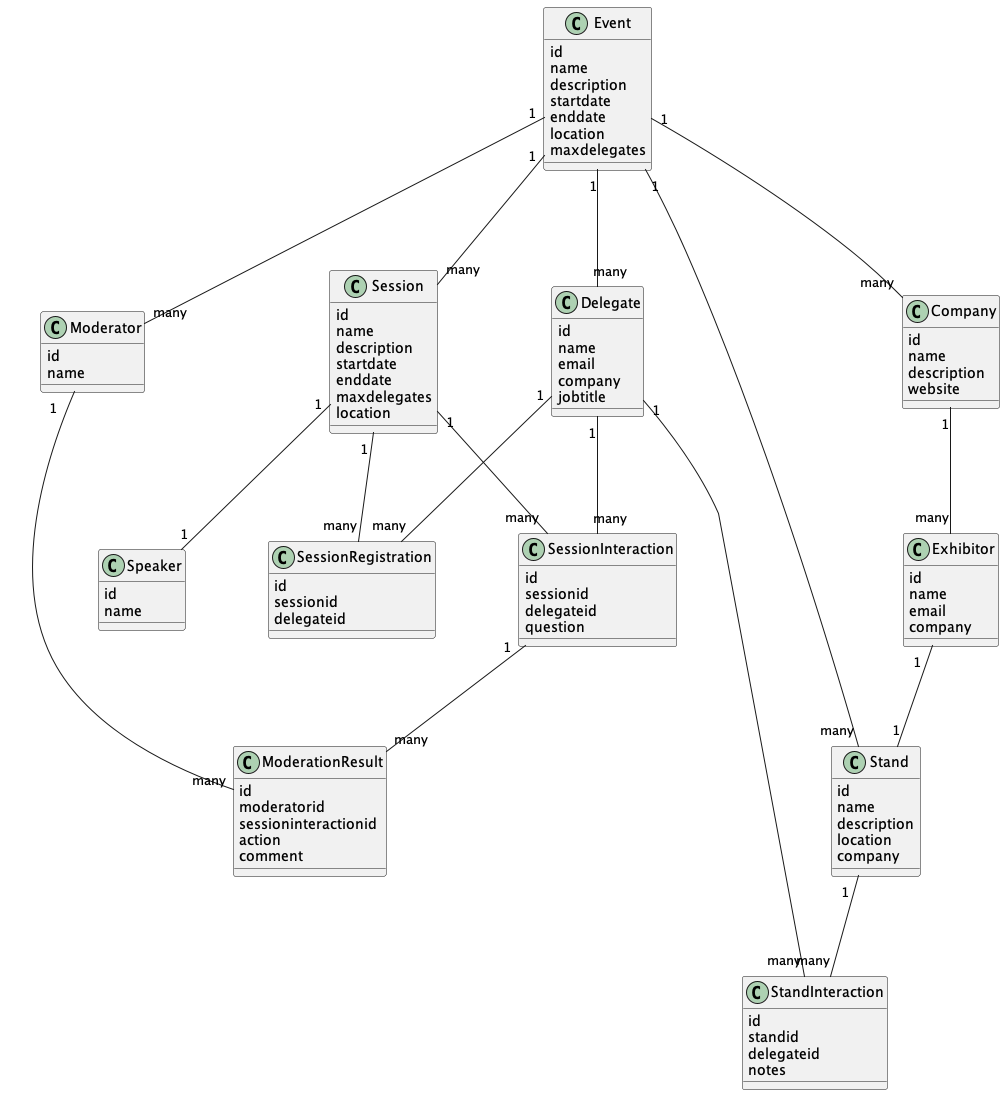
Earlier version of the PlantUML export out/bmi2-uml/BookMeIn2.png (CSC-40084-Group-7/BMI2-UML).
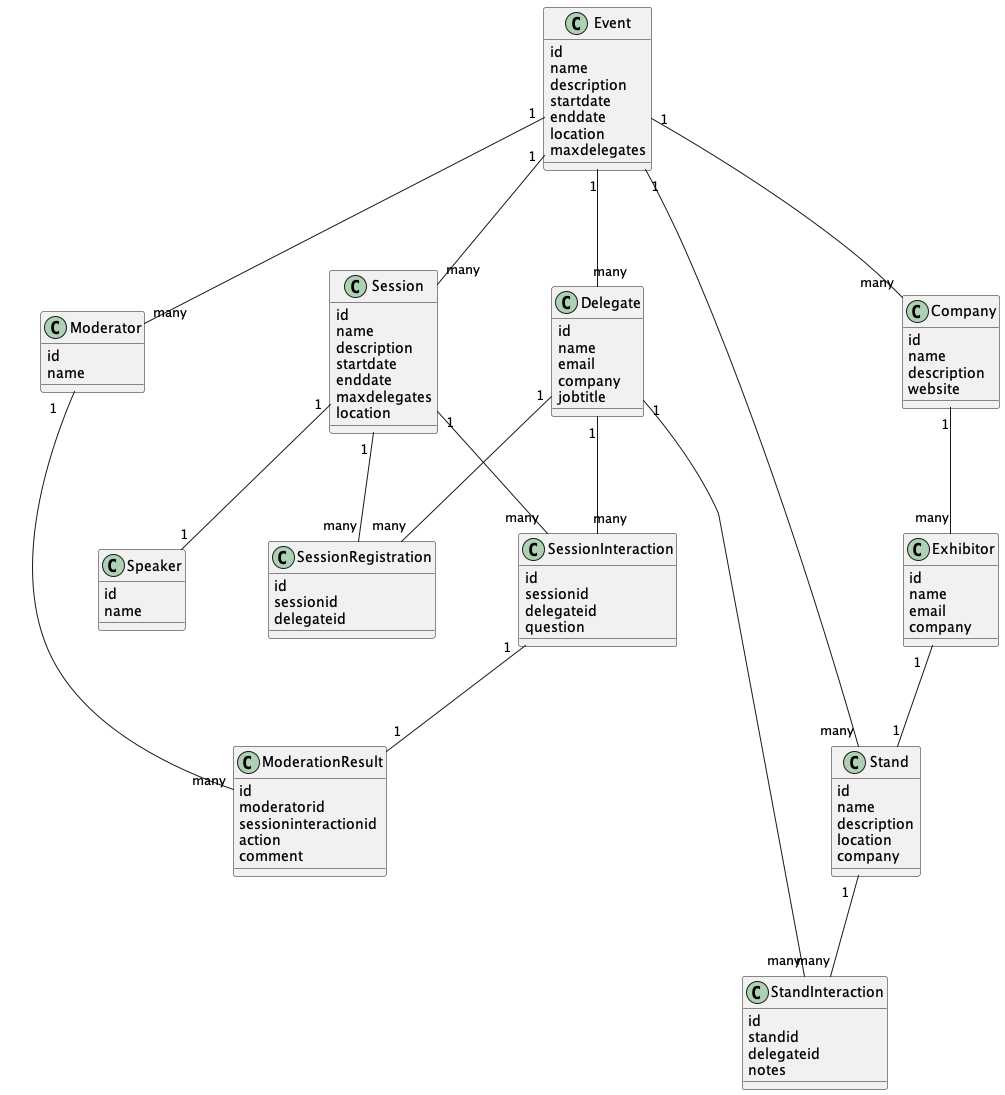
After the change.

Commit message:
add initial uml diagram

What changed in the source:
```diff
@@ -99,7 +99,7 @@
 
 moderator "1" -- "many" moderationresult
 
-sessioninteraction "1" -- "many" moderationresult
+sessioninteraction "1" -- "1" moderationresult
 
 
 
```
